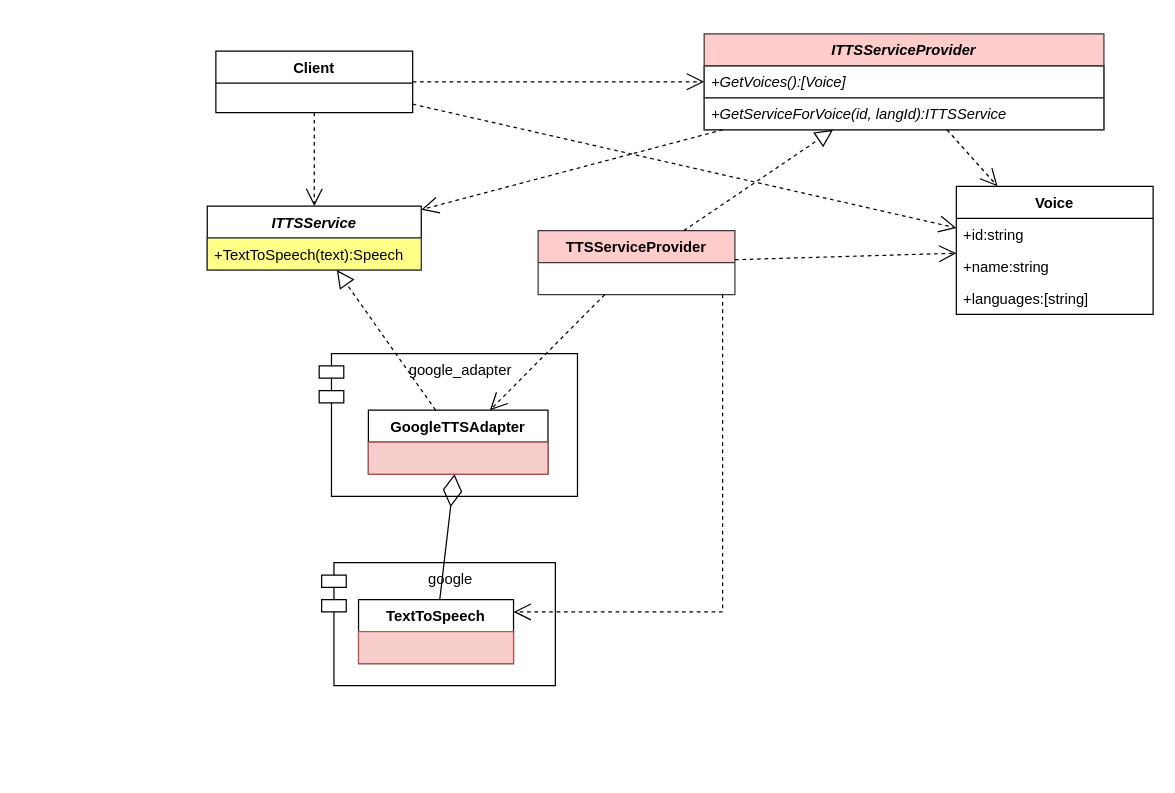
The draw.io diagram exam/TextToSpeech.drawio in KRASILNIKOV30/ood, before the edit. Source tidied: cells renumbered, new cells numbered last; positions are measured from the earlier drawing's top-left corner, leaving out a move shared by most shapes. Both pictures are drawn from the tidied source at 123%, with x=0, y=0 at pixel (207, 33).
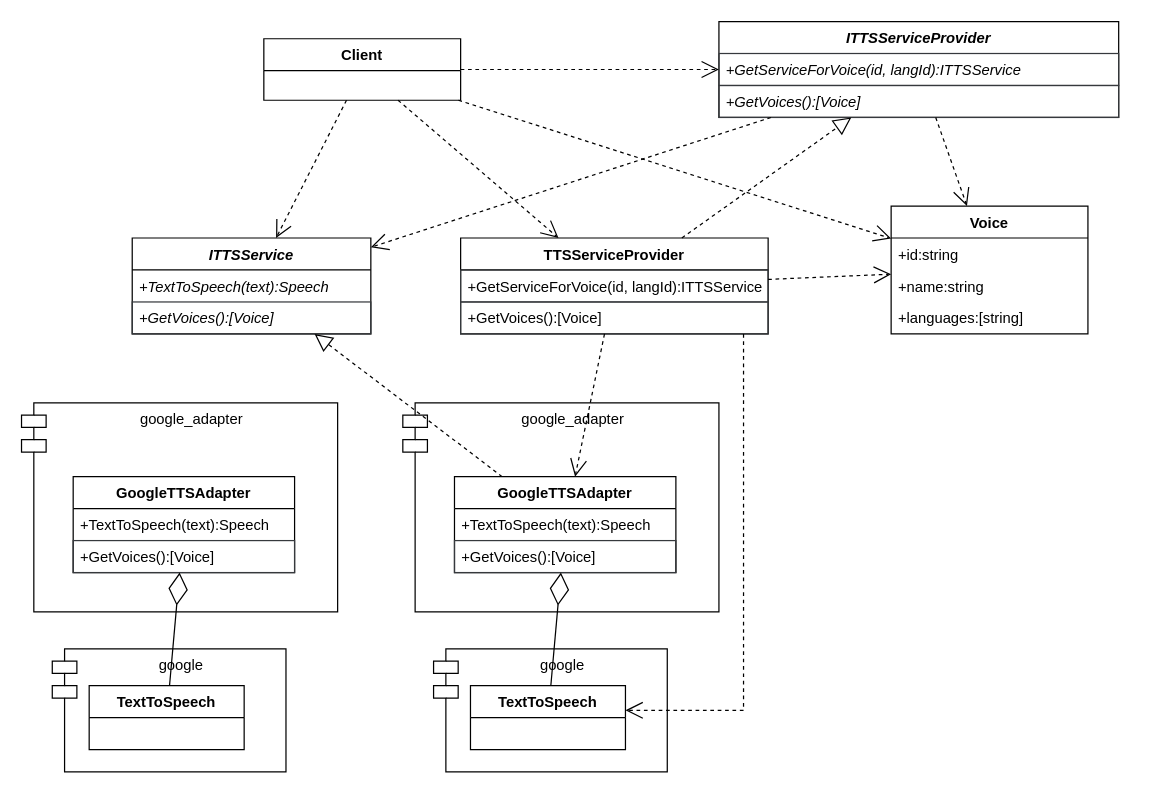
After the change.

Commit message:
exam Доработал схему

What changed in the source:
```diff
@@
     <mxCell id="2" value="google_adapter" style="shape=module;align=left;spacingLeft=20;align=center;verticalAlign=top;whiteSpace=wrap;html=1;" parent="1" vertex="1">
-      <mxGeometry x="91" y="260" width="210" height="116" as="geometry" />
+      <mxGeometry x="159" y="300" width="257" height="170" as="geometry" />
     </mxCell>
     <mxCell id="3" value="Client" style="swimlane;fontStyle=1;align=center;verticalAlign=top;horizontal=1;startSize=26;whiteSpace=wrap;html=1;" parent="1" vertex="1">
-      <mxGeometry x="7" y="14" width="160" height="50" as="geometry" />
+      <mxGeometry x="46" y="4" width="160" height="50" as="geometry" />
     </mxCell>
     <mxCell id="4" value="google" style="shape=module;align=left;spacingLeft=20;align=center;verticalAlign=top;whiteSpace=wrap;html=1;" parent="1" vertex="1">
-      <mxGeometry x="93" y="430" width="190" height="100" as="geometry" />
+      <mxGeometry x="184" y="500" width="190" height="100" as="geometry" />
     </mxCell>
     <mxCell id="5" value="TextToSpeech" style="swimlane;fontStyle=1;align=center;verticalAlign=top;horizontal=1;startSize=26;whiteSpace=wrap;html=1;" parent="1" vertex="1">
-      <mxGeometry x="123" y="460" width="126" height="52" as="geometry" />
+      <mxGeometry x="214" y="530" width="126" height="52" as="geometry" />
     </mxCell>
-    <mxCell id="6" style="text;strokeColor=#b85450;fillColor=#f8cecc;align=left;verticalAlign=top;spacingLeft=4;spacingRight=4;overflow=hidden;whiteSpace=wrap;html=1;" parent="5" vertex="1">
+    <mxCell id="6" style="text;align=left;verticalAlign=top;spacingLeft=4;spacingRight=4;overflow=hidden;whiteSpace=wrap;html=1;" parent="5" vertex="1">
       <mxGeometry y="26" width="126" height="26" as="geometry" />
     </mxCell>
     <mxCell id="7" value="ITTSService" style="swimlane;fontStyle=3;align=center;verticalAlign=top;horizontal=1;startSize=26;whiteSpace=wrap;html=1;" parent="1" vertex="1">
-      <mxGeometry y="140" width="174" height="52" as="geometry" />
+      <mxGeometry x="-61" y="166" width="194" height="78" as="geometry" />
     </mxCell>
-    <mxCell id="8" value="+TextToSpeech(text):Speech" style="text;strokeColor=#36393d;fillColor=#ffff88;align=left;verticalAlign=top;spacingLeft=4;spacingRight=4;overflow=hidden;whiteSpace=wrap;html=1;" parent="7" vertex="1">
-      <mxGeometry y="26" width="174" height="26" as="geometry" />
+    <mxCell id="8" value="&lt;i&gt;+TextToSpeech(text):Speech&lt;/i&gt;" style="text;align=left;verticalAlign=top;spacingLeft=4;spacingRight=4;overflow=hidden;whiteSpace=wrap;html=1;" parent="7" vertex="1">
+      <mxGeometry y="26" width="194" height="26" as="geometry" />
     </mxCell>
+    <mxCell id="30" value="+GetVoices():[Voice]" style="text;strokeColor=#36393d;fillColor=none;align=left;verticalAlign=top;spacingLeft=4;spacingRight=4;overflow=hidden;whiteSpace=wrap;html=1;fontStyle=2;" parent="7" vertex="1">
+      <mxGeometry y="52" width="194" height="26" as="geometry" />
+    </mxCell>
@@
     <mxCell id="10" value="GoogleTTSAdapter" style="swimlane;fontStyle=1;align=center;verticalAlign=top;horizontal=1;startSize=26;whiteSpace=wrap;html=1;" parent="1" vertex="1">
-      <mxGeometry x="131" y="306" width="146" height="52" as="geometry" />
+      <mxGeometry x="201" y="360" width="180" height="78" as="geometry" />
     </mxCell>
-    <mxCell id="11" style="text;strokeColor=#b85450;fillColor=#f8cecc;align=left;verticalAlign=top;spacingLeft=4;spacingRight=4;overflow=hidden;whiteSpace=wrap;html=1;" parent="10" vertex="1">
-      <mxGeometry y="26" width="146" height="26" as="geometry" />
-    </mxCell>
+    <mxCell id="31" value="+TextToSpeech(text):Speech" style="text;align=left;verticalAlign=top;spacingLeft=4;spacingRight=4;overflow=hidden;whiteSpace=wrap;html=1;" parent="10" vertex="1">
+      <mxGeometry y="26" width="180" height="26" as="geometry" />
+    </mxCell>
+    <mxCell id="32" value="+GetVoices():[Voice]" style="text;strokeColor=#36393d;fillColor=none;align=left;verticalAlign=top;spacingLeft=4;spacingRight=4;overflow=hidden;whiteSpace=wrap;html=1;fontStyle=0;" parent="10" vertex="1">
+      <mxGeometry y="52" width="180" height="26" as="geometry" />
+    </mxCell>
@@
-    <mxCell id="14" value="ITTSServiceProvider" style="swimlane;fontStyle=3;align=center;verticalAlign=top;horizontal=1;startSize=26;whiteSpace=wrap;html=1;fillColor=#ffcccc;strokeColor=#36393d;" parent="1" vertex="1">
-      <mxGeometry x="404" width="325" height="78" as="geometry" />
+    <mxCell id="14" value="ITTSServiceProvider" style="swimlane;fontStyle=3;align=center;verticalAlign=top;horizontal=1;startSize=26;whiteSpace=wrap;html=1;" parent="1" vertex="1">
+      <mxGeometry x="416" y="-10" width="325" height="78" as="geometry" />
     </mxCell>
+    <mxCell id="16" value="+GetServiceForVoice(id, langId):ITTSService" style="text;strokeColor=#36393d;fillColor=none;align=left;verticalAlign=top;spacingLeft=4;spacingRight=4;overflow=hidden;whiteSpace=wrap;html=1;fontStyle=2;" parent="14" vertex="1">
+      <mxGeometry y="26" width="325" height="26" as="geometry" />
+    </mxCell>
     <mxCell id="15" value="+GetVoices():[Voice]" style="text;strokeColor=#36393d;fillColor=none;align=left;verticalAlign=top;spacingLeft=4;spacingRight=4;overflow=hidden;whiteSpace=wrap;html=1;fontStyle=2;" parent="14" vertex="1">
-      <mxGeometry y="26" width="325" height="26" as="geometry" />
+      <mxGeometry y="52" width="325" height="26" as="geometry" />
     </mxCell>
-    <mxCell id="16" value="+GetServiceForVoice(id, langId):ITTSService" style="text;strokeColor=#36393d;fillColor=none;align=left;verticalAlign=top;spacingLeft=4;spacingRight=4;overflow=hidden;whiteSpace=wrap;html=1;fontStyle=2;" parent="14" vertex="1">
-      <mxGeometry y="52" width="325" height="26" as="geometry" />
-    </mxCell>
-    <mxCell id="17" value="TTSServiceProvider" style="swimlane;fontStyle=1;align=center;verticalAlign=top;horizontal=1;startSize=26;whiteSpace=wrap;html=1;fillColor=#ffcccc;strokeColor=#36393d;" parent="1" vertex="1">
-      <mxGeometry x="269" y="160" width="160" height="52" as="geometry" />
+    <mxCell id="17" value="TTSServiceProvider" style="swimlane;fontStyle=1;align=center;verticalAlign=top;horizontal=1;startSize=26;whiteSpace=wrap;html=1;" parent="1" vertex="1">
+      <mxGeometry x="206" y="166" width="250" height="78" as="geometry" />
     </mxCell>
+    <mxCell id="33" value="+GetServiceForVoice(id, langId):ITTSService" style="text;strokeColor=#36393d;fillColor=none;align=left;verticalAlign=top;spacingLeft=4;spacingRight=4;overflow=hidden;whiteSpace=wrap;html=1;fontStyle=0;" parent="17" vertex="1">
+      <mxGeometry y="26" width="250" height="26" as="geometry" />
+    </mxCell>
+    <mxCell id="34" value="+GetVoices():[Voice]" style="text;strokeColor=#36393d;fillColor=none;align=left;verticalAlign=top;spacingLeft=4;spacingRight=4;overflow=hidden;whiteSpace=wrap;html=1;fontStyle=0;" parent="17" vertex="1">
+      <mxGeometry y="52" width="250" height="26" as="geometry" />
+    </mxCell>
     <mxCell id="18" value="Voice" style="swimlane;fontStyle=1;align=center;verticalAlign=top;horizontal=1;startSize=26;whiteSpace=wrap;html=1;" parent="1" vertex="1">
-      <mxGeometry x="609" y="124" width="160" height="104" as="geometry" />
+      <mxGeometry x="556" y="140" width="160" height="104" as="geometry" />
     </mxCell>
@@
     <mxCell id="28" style="endArrow=open;endSize=12;dashed=1;html=1;rounded=0;edgeStyle=orthogonalEdgeStyle;" parent="1" edge="1" source="17" target="5">
       <mxGeometry relative="1" as="geometry">
         <Array as="points">
-          <mxPoint x="419" y="470" />
+          <mxPoint x="436" y="550" />
         </Array>
       </mxGeometry>
     </mxCell>
@@
+    <mxCell id="35" style="endArrow=open;endSize=12;dashed=1;html=1;rounded=0;" parent="1" edge="1" source="3" target="17">
+      <mxGeometry relative="1" as="geometry" />
+    </mxCell>
+    <mxCell id="36" value="google_adapter" style="shape=module;align=left;spacingLeft=20;align=center;verticalAlign=top;whiteSpace=wrap;html=1;" parent="1" vertex="1">
+      <mxGeometry x="-151" y="300" width="257" height="170" as="geometry" />
+    </mxCell>
+    <mxCell id="37" value="google" style="shape=module;align=left;spacingLeft=20;align=center;verticalAlign=top;whiteSpace=wrap;html=1;" parent="1" vertex="1">
+      <mxGeometry x="-126" y="500" width="190" height="100" as="geometry" />
+    </mxCell>
+    <mxCell id="38" value="TextToSpeech" style="swimlane;fontStyle=1;align=center;verticalAlign=top;horizontal=1;startSize=26;whiteSpace=wrap;html=1;" parent="1" vertex="1">
+      <mxGeometry x="-96" y="530" width="126" height="52" as="geometry" />
+    </mxCell>
+    <mxCell id="39" style="text;align=left;verticalAlign=top;spacingLeft=4;spacingRight=4;overflow=hidden;whiteSpace=wrap;html=1;" parent="38" vertex="1">
+      <mxGeometry y="26" width="126" height="26" as="geometry" />
+    </mxCell>
+    <mxCell id="40" value="GoogleTTSAdapter" style="swimlane;fontStyle=1;align=center;verticalAlign=top;horizontal=1;startSize=26;whiteSpace=wrap;html=1;" parent="1" vertex="1">
+      <mxGeometry x="-109" y="360" width="180" height="78" as="geometry" />
+    </mxCell>
+    <mxCell id="41" value="+TextToSpeech(text):Speech" style="text;align=left;verticalAlign=top;spacingLeft=4;spacingRight=4;overflow=hidden;whiteSpace=wrap;html=1;" parent="40" vertex="1">
+      <mxGeometry y="26" width="180" height="26" as="geometry" />
+    </mxCell>
+    <mxCell id="42" value="+GetVoices():[Voice]" style="text;strokeColor=#36393d;fillColor=none;align=left;verticalAlign=top;spacingLeft=4;spacingRight=4;overflow=hidden;whiteSpace=wrap;html=1;fontStyle=0;" parent="40" vertex="1">
+      <mxGeometry y="52" width="180" height="26" as="geometry" />
+    </mxCell>
+    <mxCell id="43" style="endArrow=diamondThin;endFill=0;endSize=24;html=1;rounded=0;" parent="1" edge="1" source="38" target="40">
+      <mxGeometry relative="1" as="geometry" />
+    </mxCell>
```
